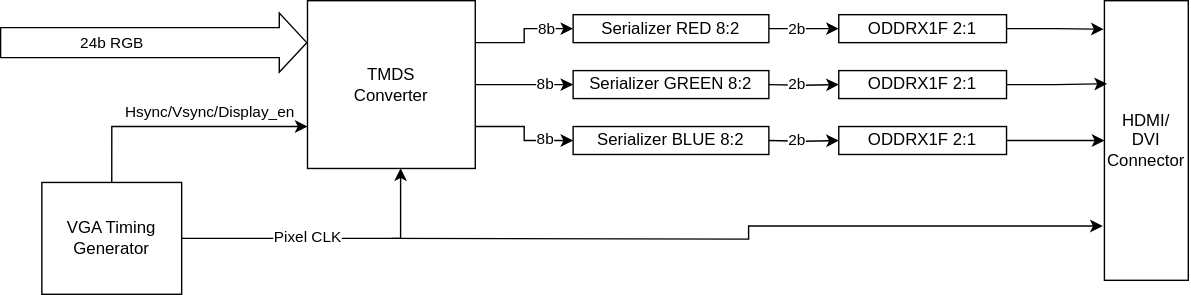
Above: diagrams/vga.drawio.svg in RiltonF/Thermal_camera_ulx3s (draw.io), before the change. Source tidied: cells renumbered, new cells last; positions are measured from the earlier drawing's top-left corner, leaving out a move shared by most shapes. The source it was exported from:
```xml
<mxGraphModel>
  <root>
    <mxCell id="0" />
    <mxCell id="1" parent="0" />
    <mxCell id="2" style="edgeStyle=orthogonalEdgeStyle;rounded=0;jettySize=auto;html=1;exitX=1;exitY=0.25;exitDx=0;exitDy=0;entryX=0;entryY=0.5;entryDx=0;entryDy=0;" parent="1" edge="1" source="6" target="14">
      <mxGeometry relative="1" as="geometry" />
    </mxCell>
    <mxCell id="3" value="8b" style="edgeLabel;html=1;align=center;verticalAlign=middle;" parent="2" vertex="1">
      <mxGeometry x="-0.35" y="1" relative="1" as="geometry">
        <mxPoint x="24" y="-9" as="offset" />
      </mxGeometry>
    </mxCell>
    <mxCell id="4" style="edgeStyle=orthogonalEdgeStyle;rounded=0;jettySize=auto;html=1;exitX=1;exitY=0.5;exitDx=0;exitDy=0;entryX=0;entryY=0.5;entryDx=0;entryDy=0;" parent="1" edge="1" source="6" target="16">
      <mxGeometry relative="1" as="geometry" />
    </mxCell>
    <mxCell id="5" style="edgeStyle=orthogonalEdgeStyle;rounded=0;jettySize=auto;html=1;exitX=1;exitY=0.75;exitDx=0;exitDy=0;entryX=0;entryY=0.5;entryDx=0;entryDy=0;" parent="1" edge="1" source="6" target="15">
      <mxGeometry relative="1" as="geometry" />
    </mxCell>
    <mxCell id="6" value="TMDS&lt;div&gt;Converter&lt;/div&gt;" style="rounded=0;whiteSpace=wrap;html=1;" parent="1" vertex="1">
      <mxGeometry x="220" width="120" height="120" as="geometry" />
    </mxCell>
    <mxCell id="7" style="shape=flexArrow;endArrow=classic;html=1;rounded=0;entryX=0;entryY=0.25;entryDx=0;entryDy=0;width=21.428571428571427;endSize=6.223809523809524;" parent="1" edge="1" target="6">
      <mxGeometry relative="1" as="geometry">
        <mxPoint y="30" as="sourcePoint" />
      </mxGeometry>
    </mxCell>
    <mxCell id="8" value="24b RGB" style="edgeLabel;html=1;align=center;verticalAlign=middle;" parent="7" vertex="1">
      <mxGeometry x="-0.33" y="-2" relative="1" as="geometry">
        <mxPoint x="7" y="-2" as="offset" />
      </mxGeometry>
    </mxCell>
    <mxCell id="9" style="edgeStyle=orthogonalEdgeStyle;rounded=0;jettySize=auto;html=1;exitX=0.5;exitY=0;exitDx=0;exitDy=0;entryX=0;entryY=0.75;entryDx=0;entryDy=0;" parent="1" edge="1" source="11" target="6">
      <mxGeometry relative="1" as="geometry" />
    </mxCell>
    <mxCell id="10" value="Hsync/Vsync/Display_en" style="edgeLabel;html=1;align=center;verticalAlign=middle;" parent="9" vertex="1">
      <mxGeometry x="-0.05" y="1" relative="1" as="geometry">
        <mxPoint x="25" y="-9" as="offset" />
      </mxGeometry>
    </mxCell>
    <mxCell id="11" value="VGA Timing Generator" style="rounded=0;whiteSpace=wrap;html=1;" parent="1" vertex="1">
      <mxGeometry x="30" y="130" width="100" height="80" as="geometry" />
    </mxCell>
    <mxCell id="12" style="edgeStyle=orthogonalEdgeStyle;rounded=0;jettySize=auto;html=1;exitX=1;exitY=0.5;exitDx=0;exitDy=0;entryX=0;entryY=0.5;entryDx=0;entryDy=0;" parent="1" edge="1" source="14" target="21">
      <mxGeometry relative="1" as="geometry" />
    </mxCell>
    <mxCell id="13" value="2b" style="edgeLabel;html=1;align=center;verticalAlign=middle;" parent="12" vertex="1">
      <mxGeometry x="0.15" relative="1" as="geometry">
        <mxPoint x="-9" as="offset" />
      </mxGeometry>
    </mxCell>
    <mxCell id="14" value="Serializer RED 8:2" style="rounded=0;whiteSpace=wrap;html=1;" parent="1" vertex="1">
      <mxGeometry x="410" y="10" width="140" height="20" as="geometry" />
    </mxCell>
    <mxCell id="15" value="Serializer BLUE&amp;nbsp;8:2" style="rounded=0;whiteSpace=wrap;html=1;" parent="1" vertex="1">
      <mxGeometry x="410" y="90" width="140" height="20" as="geometry" />
    </mxCell>
    <mxCell id="16" value="Serializer GREEN&amp;nbsp;8:2" style="rounded=0;whiteSpace=wrap;html=1;" parent="1" vertex="1">
      <mxGeometry x="410" y="50" width="140" height="20" as="geometry" />
    </mxCell>
    <mxCell id="17" style="edgeStyle=orthogonalEdgeStyle;rounded=0;jettySize=auto;html=1;exitX=1;exitY=0.5;exitDx=0;exitDy=0;entryX=0.555;entryY=0.999;entryDx=0;entryDy=0;entryPerimeter=0;" parent="1" edge="1" source="11" target="6">
      <mxGeometry relative="1" as="geometry" />
    </mxCell>
    <mxCell id="18" value="Pixel CLK" style="edgeLabel;html=1;align=center;verticalAlign=middle;" parent="17" vertex="1">
      <mxGeometry x="0.01" y="1" relative="1" as="geometry">
        <mxPoint x="-15" as="offset" />
      </mxGeometry>
    </mxCell>
    <mxCell id="19" style="edgeStyle=orthogonalEdgeStyle;rounded=0;jettySize=auto;html=1;exitX=-0.02;exitY=0.806;exitDx=0;exitDy=0;startArrow=classic;startFill=1;endArrow=none;exitPerimeter=0;" parent="1" edge="1" source="30">
      <mxGeometry relative="1" as="geometry">
        <mxPoint x="280" y="170" as="targetPoint" />
      </mxGeometry>
    </mxCell>
    <mxCell id="20" value="8b" style="edgeLabel;html=1;align=center;verticalAlign=middle;" parent="1" vertex="1">
      <mxGeometry x="380" y="90" as="geometry">
        <mxPoint x="10" y="9" as="offset" />
      </mxGeometry>
    </mxCell>
    <mxCell id="21" value="ODDRX1F 2:1" style="rounded=0;whiteSpace=wrap;html=1;" parent="1" vertex="1">
      <mxGeometry x="600" y="10" width="120" height="20" as="geometry" />
    </mxCell>
    <mxCell id="22" style="edgeStyle=orthogonalEdgeStyle;rounded=0;jettySize=auto;html=1;exitX=1;exitY=0.5;exitDx=0;exitDy=0;entryX=0;entryY=0.5;entryDx=0;entryDy=0;" parent="1" edge="1" target="24">
      <mxGeometry relative="1" as="geometry">
        <mxPoint x="550" y="60" as="sourcePoint" />
      </mxGeometry>
    </mxCell>
    <mxCell id="23" value="2b" style="edgeLabel;html=1;align=center;verticalAlign=middle;" parent="22" vertex="1">
      <mxGeometry x="0.15" relative="1" as="geometry">
        <mxPoint x="-9" as="offset" />
      </mxGeometry>
    </mxCell>
    <mxCell id="24" value="ODDRX1F 2:1" style="rounded=0;whiteSpace=wrap;html=1;" parent="1" vertex="1">
      <mxGeometry x="600" y="50" width="120" height="20" as="geometry" />
    </mxCell>
    <mxCell id="25" style="edgeStyle=orthogonalEdgeStyle;rounded=0;jettySize=auto;html=1;exitX=1;exitY=0.5;exitDx=0;exitDy=0;entryX=0;entryY=0.5;entryDx=0;entryDy=0;" parent="1" edge="1" target="28">
      <mxGeometry relative="1" as="geometry">
        <mxPoint x="550" y="100" as="sourcePoint" />
      </mxGeometry>
    </mxCell>
    <mxCell id="26" value="2b" style="edgeLabel;html=1;align=center;verticalAlign=middle;" parent="25" vertex="1">
      <mxGeometry x="0.15" relative="1" as="geometry">
        <mxPoint x="-9" as="offset" />
      </mxGeometry>
    </mxCell>
    <mxCell id="27" style="edgeStyle=orthogonalEdgeStyle;rounded=0;jettySize=auto;html=1;exitX=1;exitY=0.5;exitDx=0;exitDy=0;entryX=0;entryY=0.5;entryDx=0;entryDy=0;" parent="1" edge="1" source="28" target="30">
      <mxGeometry relative="1" as="geometry" />
    </mxCell>
    <mxCell id="28" value="ODDRX1F 2:1" style="rounded=0;whiteSpace=wrap;html=1;" parent="1" vertex="1">
      <mxGeometry x="600" y="90" width="120" height="20" as="geometry" />
    </mxCell>
    <mxCell id="29" value="8b" style="edgeLabel;html=1;align=center;verticalAlign=middle;" parent="1" vertex="1">
      <mxGeometry x="390" y="60" as="geometry" />
    </mxCell>
    <mxCell id="30" value="HDMI/&lt;div&gt;DVI&lt;/div&gt;&lt;div&gt;Connector&lt;/div&gt;" style="rounded=0;whiteSpace=wrap;html=1;" parent="1" vertex="1">
      <mxGeometry x="790" width="60" height="200" as="geometry" />
    </mxCell>
    <mxCell id="31" style="edgeStyle=orthogonalEdgeStyle;rounded=0;jettySize=auto;html=1;exitX=1;exitY=0.5;exitDx=0;exitDy=0;entryX=-0.009;entryY=0.102;entryDx=0;entryDy=0;entryPerimeter=0;" parent="1" edge="1" source="21" target="30">
      <mxGeometry relative="1" as="geometry" />
    </mxCell>
    <mxCell id="32" style="edgeStyle=orthogonalEdgeStyle;rounded=0;jettySize=auto;html=1;exitX=1;exitY=0.5;exitDx=0;exitDy=0;entryX=0.031;entryY=0.297;entryDx=0;entryDy=0;entryPerimeter=0;" parent="1" edge="1" source="24" target="30">
      <mxGeometry relative="1" as="geometry" />
    </mxCell>
  </root>
</mxGraphModel>
```
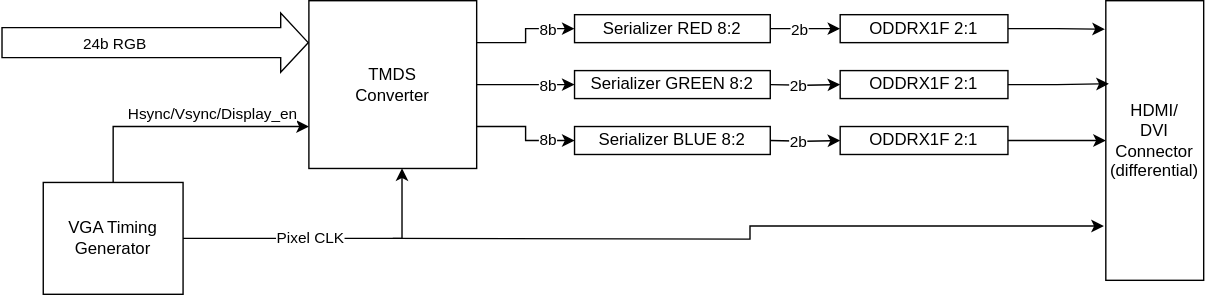
After the change.

Commit message:
Added MLX diagrams

Diff of the diagram source:
```diff
@@ -110,8 +110,8 @@
     <mxCell id="29" value="8b" style="edgeLabel;html=1;align=center;verticalAlign=middle;" parent="1" vertex="1">
       <mxGeometry x="390" y="60" as="geometry" />
     </mxCell>
-    <mxCell id="30" value="HDMI/&lt;div&gt;DVI&lt;/div&gt;&lt;div&gt;Connector&lt;/div&gt;" style="rounded=0;whiteSpace=wrap;html=1;" parent="1" vertex="1">
-      <mxGeometry x="790" width="60" height="200" as="geometry" />
+    <mxCell id="30" value="HDMI/&lt;div&gt;DVI&lt;/div&gt;&lt;div&gt;Connector&lt;/div&gt;&lt;div&gt;(differential)&lt;/div&gt;" style="rounded=0;whiteSpace=wrap;html=1;" parent="1" vertex="1">
+      <mxGeometry x="790" width="70" height="200" as="geometry" />
     </mxCell>
     <mxCell id="31" style="edgeStyle=orthogonalEdgeStyle;rounded=0;jettySize=auto;html=1;exitX=1;exitY=0.5;exitDx=0;exitDy=0;entryX=-0.009;entryY=0.102;entryDx=0;entryDy=0;entryPerimeter=0;" parent="1" edge="1" source="21" target="30">
       <mxGeometry relative="1" as="geometry" />
```
